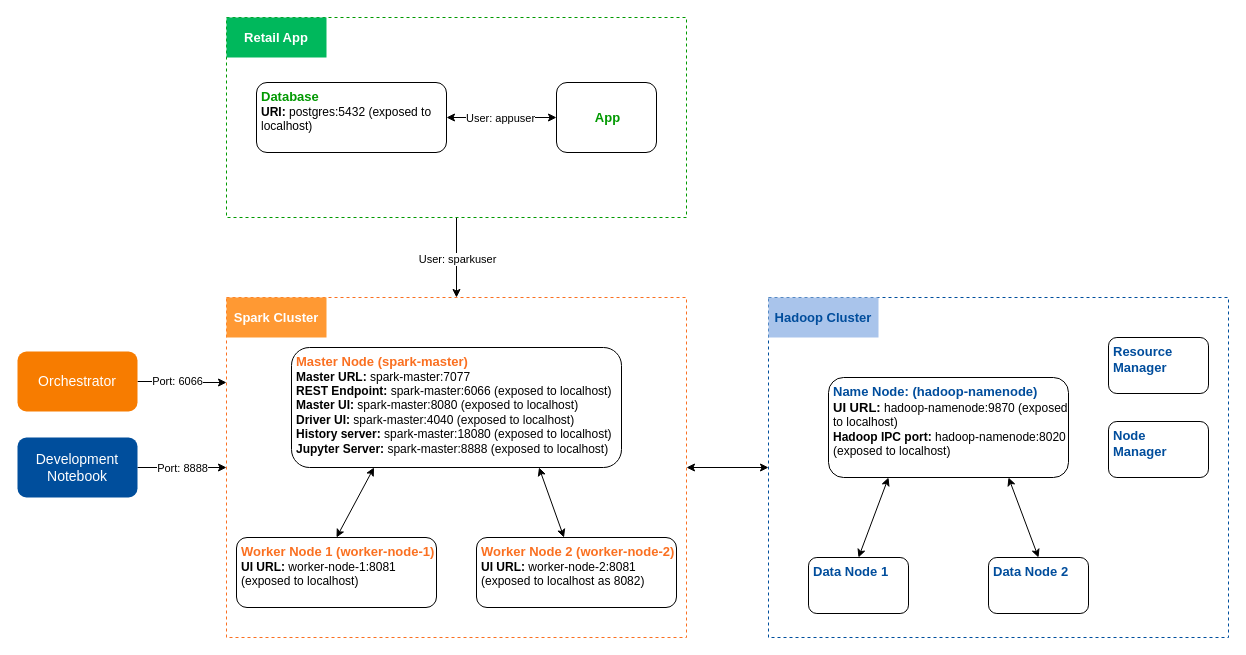
The draw.io diagram page "LLD" (2 of 2) of mini-porjects/03-medallion-architecture-with-spark-and-hadoop/diagrams/medallion.drawio in FadyGrAb/data-engineering-mini-projects, before the edit. Source tidied: cells renumbered, new cells numbered last; positions are measured from the earlier drawing's top-left corner, leaving out a move shared by most shapes. Both pictures are drawn from the tidied source at 100%, with x=0, y=0 at pixel (17, 17).
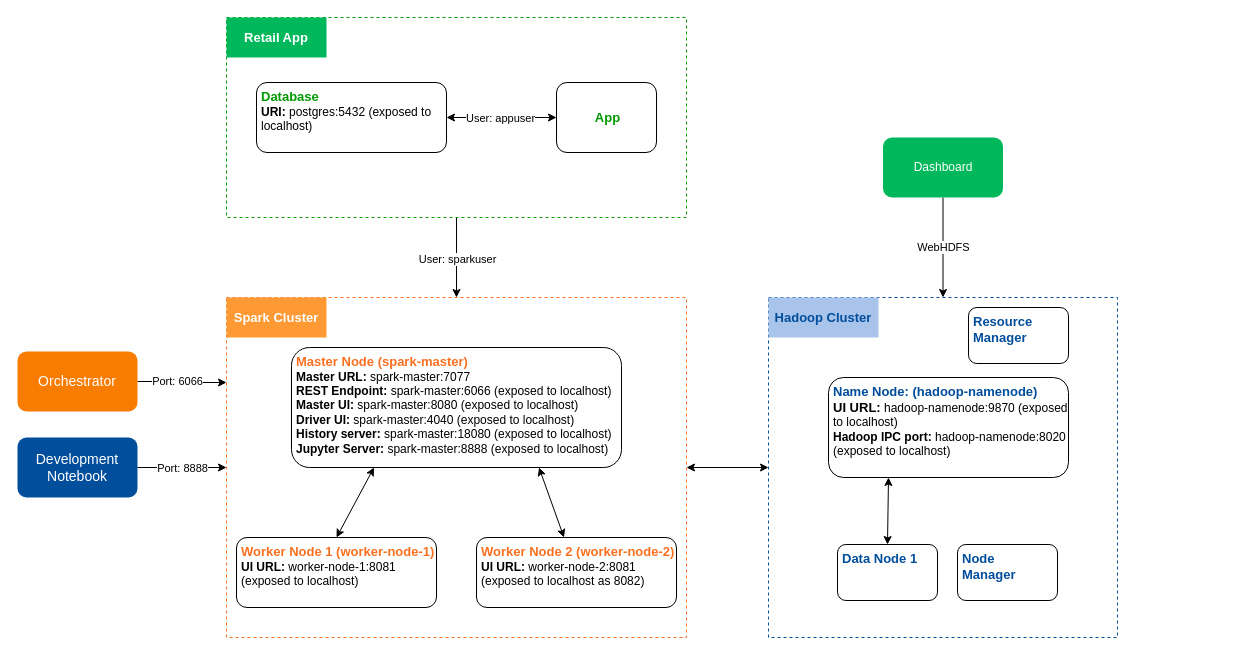
The same diagram, later.

Commit message (it also covers changes not shown here):
exporting diagrams and handling missing data in the dashboard app

The change refers to these unchanged cells:
```xml
<mxCell id="12" value="&lt;div style=&quot;font-size: 13px;&quot;&gt;&lt;b&gt;&lt;font style=&quot;font-size: 13px;&quot; color=&quot;#004d9c&quot;&gt;Name Node: (hadoop-namenode)&lt;/font&gt;&lt;/b&gt;&lt;/div&gt;&lt;b style=&quot;font-size: 13px;&quot;&gt;UI URL:&lt;/b&gt;&amp;nbsp;hadoop-namenode:9870 (exposed to localhost)&lt;br&gt;&lt;b&gt;Hadoop IPC port:&lt;/b&gt;&amp;nbsp;hadoop-namenode:8020 (exposed to localhost)&lt;br&gt;&lt;div&gt;&lt;br&gt;&amp;nbsp;&lt;/div&gt;" style="rounded=1;whiteSpace=wrap;html=1;align=left;labelPosition=center;verticalLabelPosition=middle;verticalAlign=top;spacingLeft=3;" parent="1" vertex="1">
  <mxGeometry x="811" y="360" width="240" height="100" as="geometry" />
</mxCell>
```

What changed in the source:
```diff
@@
     <mxCell id="10" style="rounded=0;whiteSpace=wrap;html=1;fillColor=none;dashed=1;glass=0;strokeColor=#004E9C;" parent="1" vertex="1">
-      <mxGeometry x="751" y="280" width="460" height="340" as="geometry" />
+      <mxGeometry x="751" y="280" width="349" height="340" as="geometry" />
     </mxCell>
@@
     <mxCell id="14" value="&lt;div style=&quot;font-size: 13px;&quot;&gt;&lt;b style=&quot;background-color: initial;&quot;&gt;&lt;font color=&quot;#004d9c&quot;&gt;Data Node 1&lt;/font&gt;&lt;/b&gt;&lt;/div&gt;" style="rounded=1;whiteSpace=wrap;html=1;align=left;labelPosition=center;verticalLabelPosition=middle;verticalAlign=top;spacingLeft=3;" parent="1" vertex="1">
-      <mxGeometry x="791" y="540" width="100" height="56" as="geometry" />
+      <mxGeometry x="820" y="527" width="100" height="56" as="geometry" />
     </mxCell>
-    <mxCell id="15" style="rounded=0;jettySize=auto;html=1;exitX=0.5;exitY=0;exitDx=0;exitDy=0;entryX=0.75;entryY=1;entryDx=0;entryDy=0;startArrow=classic;startFill=1;" parent="1" edge="1" source="16" target="12">
-      <mxGeometry relative="1" as="geometry" />
-    </mxCell>
-    <mxCell id="16" value="&lt;div style=&quot;font-size: 13px;&quot;&gt;&lt;b style=&quot;background-color: initial;&quot;&gt;&lt;font color=&quot;#004d9c&quot;&gt;Data Node 2&lt;/font&gt;&lt;/b&gt;&lt;/div&gt;" style="rounded=1;whiteSpace=wrap;html=1;align=left;labelPosition=center;verticalLabelPosition=middle;verticalAlign=top;spacingLeft=3;" parent="1" vertex="1">
-      <mxGeometry x="971" y="540" width="100" height="56" as="geometry" />
-    </mxCell>
     <mxCell id="17" value="&lt;div style=&quot;font-size: 13px;&quot;&gt;&lt;b style=&quot;background-color: initial;&quot;&gt;&lt;font color=&quot;#004d9c&quot;&gt;Resource Manager&lt;/font&gt;&lt;/b&gt;&lt;/div&gt;" style="rounded=1;whiteSpace=wrap;html=1;align=left;labelPosition=center;verticalLabelPosition=middle;verticalAlign=top;spacingLeft=3;" parent="1" vertex="1">
-      <mxGeometry x="1091" y="320" width="100" height="56" as="geometry" />
+      <mxGeometry x="951" y="290" width="100" height="56" as="geometry" />
     </mxCell>
     <mxCell id="18" value="&lt;div style=&quot;font-size: 13px;&quot;&gt;&lt;b style=&quot;background-color: initial;&quot;&gt;&lt;font color=&quot;#004d9c&quot;&gt;Node&amp;nbsp;&lt;/font&gt;&lt;/b&gt;&lt;/div&gt;&lt;div style=&quot;font-size: 13px;&quot;&gt;&lt;b style=&quot;background-color: initial;&quot;&gt;&lt;font color=&quot;#004d9c&quot;&gt;Manager&lt;/font&gt;&lt;/b&gt;&lt;/div&gt;" style="rounded=1;whiteSpace=wrap;html=1;align=left;labelPosition=center;verticalLabelPosition=middle;verticalAlign=top;spacingLeft=3;" parent="1" vertex="1">
-      <mxGeometry x="1091" y="404" width="100" height="56" as="geometry" />
+      <mxGeometry x="940" y="527" width="100" height="56" as="geometry" />
     </mxCell>
@@
+    <mxCell id="33" style="edgeStyle=orthogonalEdgeStyle;rounded=0;jettySize=auto;html=1;entryX=0.5;entryY=0;entryDx=0;entryDy=0;" parent="1" edge="1" source="35" target="10">
+      <mxGeometry relative="1" as="geometry" />
+    </mxCell>
+    <mxCell id="34" value="WebHDFS" style="edgeLabel;html=1;align=center;verticalAlign=middle;" parent="33" vertex="1">
+      <mxGeometry relative="1" as="geometry">
+        <mxPoint y="-1" as="offset" />
+      </mxGeometry>
+    </mxCell>
+    <mxCell id="35" value="Dashboard" style="rounded=1;whiteSpace=wrap;html=1;strokeColor=none;fillColor=#00B85C;fontColor=#FFFFFF;" parent="1" vertex="1">
+      <mxGeometry x="865.5" y="120" width="120" height="60" as="geometry" />
+    </mxCell>
```
